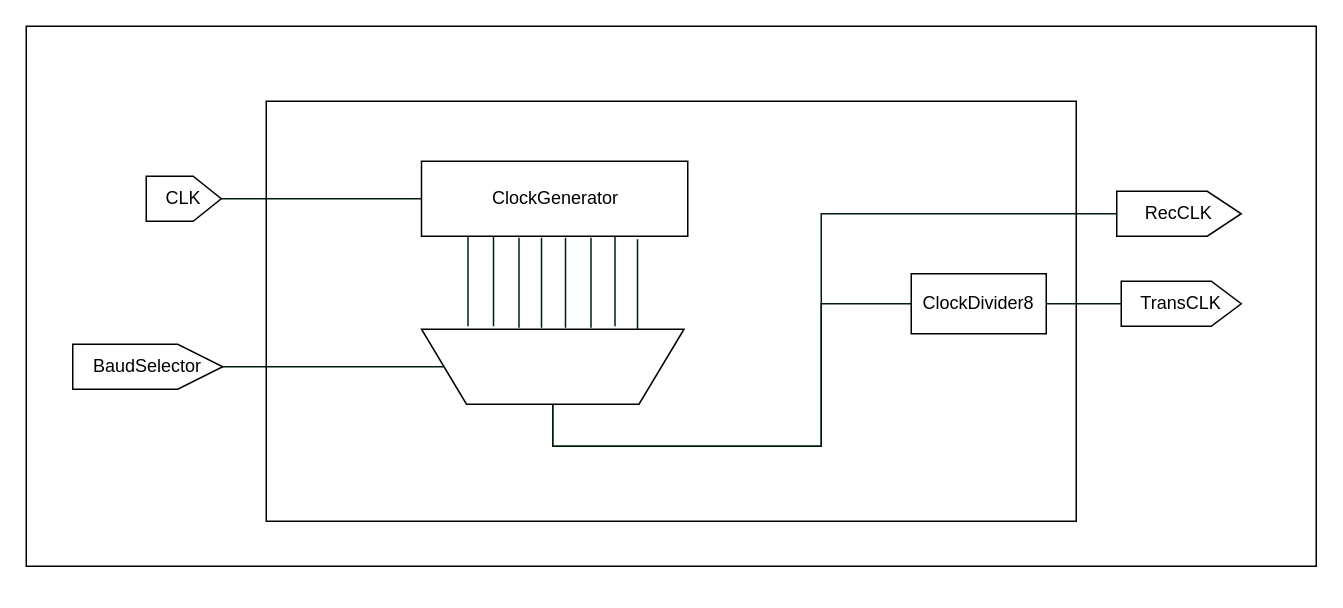
The draw.io diagram page "BaudRateGenerator" (3 of 12) of Uart.drawio in FlavioRenzi/UART_Project, before the edit. Source tidied: cells renumbered, new cells numbered last; positions are measured from the earlier drawing's top-left corner, leaving out a move shared by most shapes. Both pictures are drawn from the tidied source at 150%, with x=0, y=0 at pixel (26, 26).
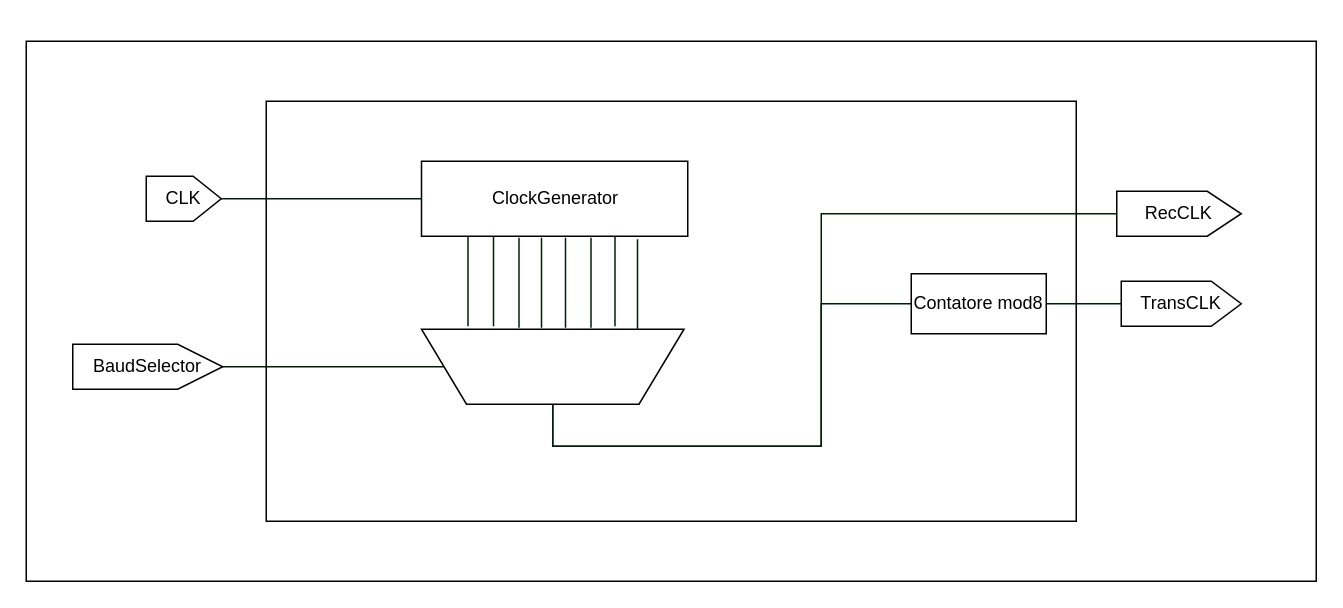
Above is the later version.

Diff of the diagram source:
```diff
@@
-    <mxCell id="21" value="ClockDivider8" style="rounded=0;whiteSpace=wrap;html=1;fillColor=#ffffff;" parent="1" vertex="1">
+    <mxCell id="21" value="Contatore mod8" style="rounded=0;whiteSpace=wrap;html=1;fillColor=#ffffff;" parent="1" vertex="1">
       <mxGeometry x="590" y="165" width="90" height="40" as="geometry" />
     </mxCell>
@@
     <mxCell id="23" style="rounded=0;whiteSpace=wrap;html=1;fillColor=none;" parent="1" vertex="1">
-      <mxGeometry width="860" height="360" as="geometry" />
+      <mxGeometry y="10" width="860" height="360" as="geometry" />
     </mxCell>
```
